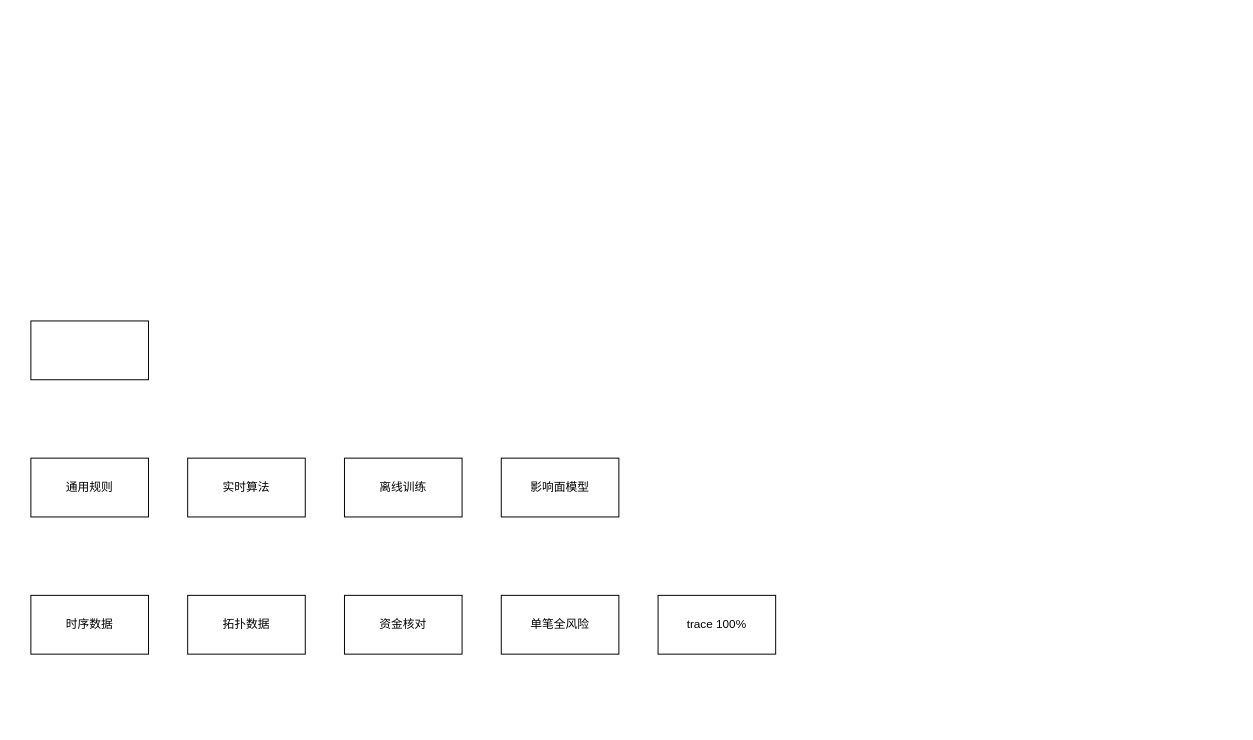
Earlier version of the draw.io diagram 应用画像大图.drawio (frankneu/draw.io). Source tidied: cells renumbered, new cells numbered last; positions are measured from the earlier drawing's top-left corner, leaving out a move shared by most shapes. Both pictures are drawn from the tidied source at 98%, with x=0, y=0 at pixel (30, 320).
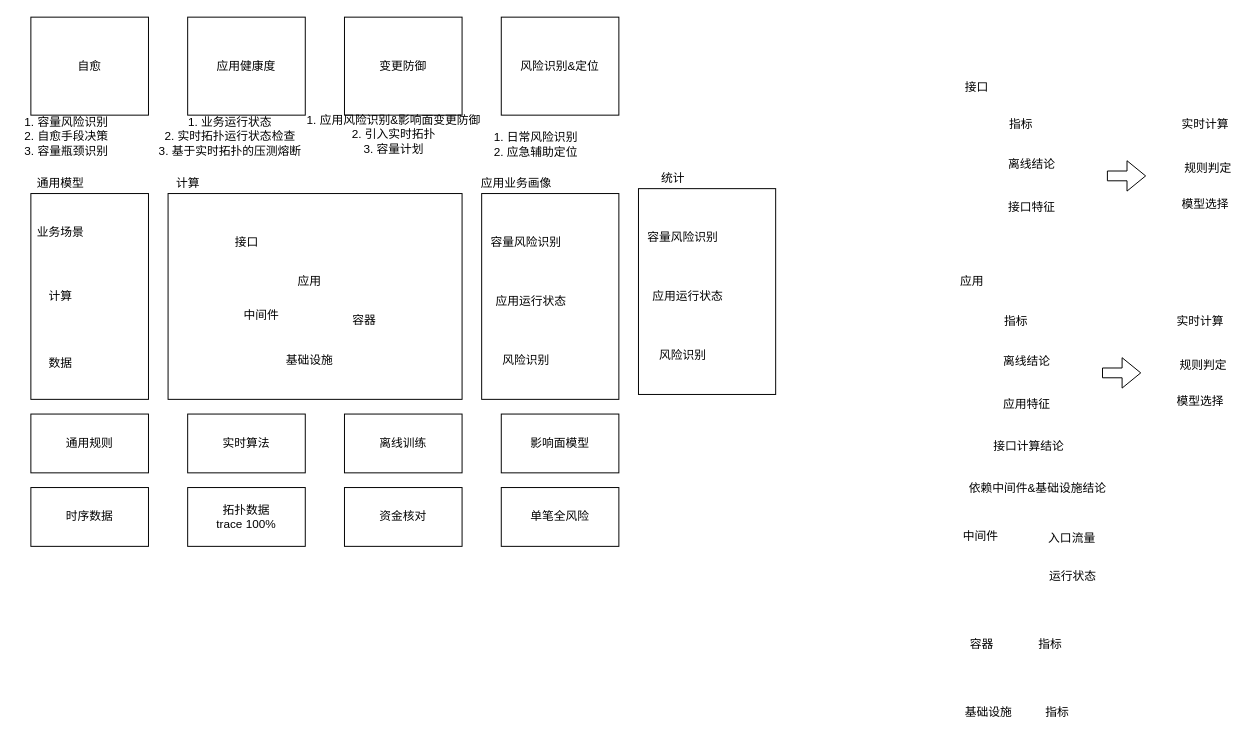
Above is the later version.

Commit message:
Update 应用画像大图.drawio

Change to the diagram source:
```diff
@@
     <mxCell id="2" value="时序数据" style="rounded=0;whiteSpace=wrap;html=1;" parent="1" vertex="1">
-      <mxGeometry y="280" width="120" height="60" as="geometry" />
+      <mxGeometry y="170" width="120" height="60" as="geometry" />
     </mxCell>
-    <mxCell id="3" value="拓扑数据" style="rounded=0;whiteSpace=wrap;html=1;" parent="1" vertex="1">
-      <mxGeometry x="160" y="280" width="120" height="60" as="geometry" />
+    <mxCell id="3" value="拓扑数据&lt;br&gt;trace 100%" style="rounded=0;whiteSpace=wrap;html=1;" parent="1" vertex="1">
+      <mxGeometry x="160" y="170" width="120" height="60" as="geometry" />
     </mxCell>
     <mxCell id="4" value="资金核对" style="rounded=0;whiteSpace=wrap;html=1;" parent="1" vertex="1">
-      <mxGeometry x="320" y="280" width="120" height="60" as="geometry" />
+      <mxGeometry x="320" y="170" width="120" height="60" as="geometry" />
     </mxCell>
     <mxCell id="5" value="单笔全风险" style="rounded=0;whiteSpace=wrap;html=1;" parent="1" vertex="1">
-      <mxGeometry x="480" y="280" width="120" height="60" as="geometry" />
+      <mxGeometry x="480" y="170" width="120" height="60" as="geometry" />
     </mxCell>
     <mxCell id="6" value="通用规则" style="rounded=0;whiteSpace=wrap;html=1;" parent="1" vertex="1">
-      <mxGeometry y="140" width="120" height="60" as="geometry" />
+      <mxGeometry y="95" width="120" height="60" as="geometry" />
     </mxCell>
     <mxCell id="7" value="实时算法" style="rounded=0;whiteSpace=wrap;html=1;" parent="1" vertex="1">
-      <mxGeometry x="160" y="140" width="120" height="60" as="geometry" />
+      <mxGeometry x="160" y="95" width="120" height="60" as="geometry" />
     </mxCell>
     <mxCell id="8" value="离线训练" style="rounded=0;whiteSpace=wrap;html=1;" parent="1" vertex="1">
-      <mxGeometry x="320" y="140" width="120" height="60" as="geometry" />
+      <mxGeometry x="320" y="95" width="120" height="60" as="geometry" />
     </mxCell>
     <mxCell id="9" value="影响面模型" style="rounded=0;whiteSpace=wrap;html=1;" parent="1" vertex="1">
-      <mxGeometry x="480" y="140" width="120" height="60" as="geometry" />
+      <mxGeometry x="480" y="95" width="120" height="60" as="geometry" />
     </mxCell>
-    <mxCell id="10" value="trace 100%" style="rounded=0;whiteSpace=wrap;html=1;" parent="1" vertex="1">
-      <mxGeometry x="640" y="280" width="120" height="60" as="geometry" />
-    </mxCell>
     <mxCell id="11" style="rounded=0;whiteSpace=wrap;html=1;" parent="1" vertex="1">
-      <mxGeometry width="120" height="60" as="geometry" />
+      <mxGeometry y="-130" width="120" height="210" as="geometry" />
     </mxCell>
+    <mxCell id="12" value="通用模型" style="text;html=1;align=center;verticalAlign=middle;" parent="1" vertex="1">
+      <mxGeometry y="-150" width="60" height="20" as="geometry" />
+    </mxCell>
+    <mxCell id="13" value="计算" style="text;html=1;align=center;verticalAlign=middle;" parent="1" vertex="1">
+      <mxGeometry x="140" y="-150" width="40" height="20" as="geometry" />
+    </mxCell>
+    <mxCell id="14" value="应用业务画像" style="text;html=1;align=center;verticalAlign=middle;" parent="1" vertex="1">
+      <mxGeometry x="450" y="-150" width="90" height="20" as="geometry" />
+    </mxCell>
+    <mxCell id="15" style="rounded=0;whiteSpace=wrap;html=1;" parent="1" vertex="1">
+      <mxGeometry x="140" y="-130" width="300" height="210" as="geometry" />
+    </mxCell>
+    <mxCell id="16" style="rounded=0;whiteSpace=wrap;html=1;" parent="1" vertex="1">
+      <mxGeometry x="460" y="-130" width="140" height="210" as="geometry" />
+    </mxCell>
+    <mxCell id="17" value="自愈" style="rounded=0;whiteSpace=wrap;html=1;" parent="1" vertex="1">
+      <mxGeometry y="-310" width="120" height="100" as="geometry" />
+    </mxCell>
+    <mxCell id="18" value="应用健康度" style="rounded=0;whiteSpace=wrap;html=1;" parent="1" vertex="1">
+      <mxGeometry x="160" y="-310" width="120" height="100" as="geometry" />
+    </mxCell>
+    <mxCell id="19" value="变更防御" style="rounded=0;whiteSpace=wrap;html=1;" parent="1" vertex="1">
+      <mxGeometry x="320" y="-310" width="120" height="100" as="geometry" />
+    </mxCell>
+    <mxCell id="20" value="风险识别&amp;amp;定位" style="rounded=0;whiteSpace=wrap;html=1;" parent="1" vertex="1">
+      <mxGeometry x="480" y="-310" width="120" height="100" as="geometry" />
+    </mxCell>
+    <mxCell id="21" value="1. 容量风险识别&lt;br&gt;2. 自愈手段决策&lt;br&gt;3. 容量瓶颈识别" style="text;html=1;align=center;verticalAlign=middle;" parent="1" vertex="1">
+      <mxGeometry x="-14" y="-213" width="100" height="50" as="geometry" />
+    </mxCell>
+    <mxCell id="22" value="1. 日常风险识别&lt;br&gt;2. 应急辅助定位" style="text;html=1;align=center;verticalAlign=middle;" parent="1" vertex="1">
+      <mxGeometry x="465" y="-195" width="100" height="30" as="geometry" />
+    </mxCell>
+    <mxCell id="23" value="1. 业务运行状态&lt;br&gt;2. 实时拓扑运行状态检查&lt;br&gt;3. 基于实时拓扑的压测熔断" style="text;html=1;align=center;verticalAlign=middle;" parent="1" vertex="1">
+      <mxGeometry x="123" y="-213" width="160" height="50" as="geometry" />
+    </mxCell>
+    <mxCell id="24" value="1. 应用风险识别&amp;amp;影响面变更防御&lt;br&gt;2. 引入实时拓扑&lt;br&gt;3. 容量计划" style="text;html=1;align=center;verticalAlign=middle;" parent="1" vertex="1">
+      <mxGeometry x="275" y="-215" width="190" height="50" as="geometry" />
+    </mxCell>
+    <mxCell id="25" value="业务场景" style="text;html=1;align=center;verticalAlign=middle;" parent="1" vertex="1">
+      <mxGeometry y="-100" width="60" height="20" as="geometry" />
+    </mxCell>
+    <mxCell id="26" value="计算" style="text;html=1;align=center;verticalAlign=middle;" parent="1" vertex="1">
+      <mxGeometry x="10" y="-35" width="40" height="20" as="geometry" />
+    </mxCell>
+    <mxCell id="27" value="数据" style="text;html=1;align=center;verticalAlign=middle;" parent="1" vertex="1">
+      <mxGeometry x="10" y="33" width="40" height="20" as="geometry" />
+    </mxCell>
+    <mxCell id="28" value="容量风险识别" style="text;html=1;align=center;verticalAlign=middle;" parent="1" vertex="1">
+      <mxGeometry x="460" y="-90" width="90" height="20" as="geometry" />
+    </mxCell>
+    <mxCell id="29" value="应用运行状态" style="text;html=1;align=center;verticalAlign=middle;" parent="1" vertex="1">
+      <mxGeometry x="465" y="-30" width="90" height="20" as="geometry" />
+    </mxCell>
+    <mxCell id="30" value="风险识别" style="text;html=1;align=center;verticalAlign=middle;" parent="1" vertex="1">
+      <mxGeometry x="475" y="30" width="60" height="20" as="geometry" />
+    </mxCell>
+    <mxCell id="31" value="应用" style="text;html=1;align=center;verticalAlign=middle;" parent="1" vertex="1">
+      <mxGeometry x="264" y="-50" width="40" height="20" as="geometry" />
+    </mxCell>
+    <mxCell id="32" value="中间件" style="text;html=1;align=center;verticalAlign=middle;" parent="1" vertex="1">
+      <mxGeometry x="210" y="-15" width="50" height="20" as="geometry" />
+    </mxCell>
+    <mxCell id="33" value="容器" style="text;html=1;align=center;verticalAlign=middle;" parent="1" vertex="1">
+      <mxGeometry x="320" y="-10" width="40" height="20" as="geometry" />
+    </mxCell>
+    <mxCell id="34" value="接口" style="text;html=1;align=center;verticalAlign=middle;" parent="1" vertex="1">
+      <mxGeometry x="200" y="-90" width="40" height="20" as="geometry" />
+    </mxCell>
+    <mxCell id="35" value="基础设施" style="text;html=1;align=center;verticalAlign=middle;" parent="1" vertex="1">
+      <mxGeometry x="254" y="30" width="60" height="20" as="geometry" />
+    </mxCell>
+    <mxCell id="36" value="统计" style="text;html=1;align=center;verticalAlign=middle;" parent="1" vertex="1">
+      <mxGeometry x="635" y="-155" width="40" height="20" as="geometry" />
+    </mxCell>
+    <mxCell id="37" style="rounded=0;whiteSpace=wrap;html=1;" parent="1" vertex="1">
+      <mxGeometry x="620" y="-135" width="140" height="210" as="geometry" />
+    </mxCell>
+    <mxCell id="38" value="容量风险识别" style="text;html=1;align=center;verticalAlign=middle;" parent="1" vertex="1">
+      <mxGeometry x="620" y="-95" width="90" height="20" as="geometry" />
+    </mxCell>
+    <mxCell id="39" value="应用运行状态" style="text;html=1;align=center;verticalAlign=middle;" parent="1" vertex="1">
+      <mxGeometry x="625" y="-35" width="90" height="20" as="geometry" />
+    </mxCell>
+    <mxCell id="40" value="风险识别" style="text;html=1;align=center;verticalAlign=middle;" parent="1" vertex="1">
+      <mxGeometry x="635" y="25" width="60" height="20" as="geometry" />
+    </mxCell>
+    <mxCell id="41" value="指标" style="text;html=1;align=center;verticalAlign=middle;" parent="1" vertex="1">
+      <mxGeometry x="985" y="-9" width="40" height="20" as="geometry" />
+    </mxCell>
+    <mxCell id="42" value="离线结论" style="text;html=1;align=center;verticalAlign=middle;" parent="1" vertex="1">
+      <mxGeometry x="986" y="31" width="60" height="20" as="geometry" />
+    </mxCell>
+    <mxCell id="43" value="应用特征" style="text;html=1;align=center;verticalAlign=middle;" parent="1" vertex="1">
+      <mxGeometry x="986" y="75" width="60" height="20" as="geometry" />
+    </mxCell>
+    <mxCell id="44" value="实时计算" style="text;html=1;align=center;verticalAlign=middle;" parent="1" vertex="1">
+      <mxGeometry x="1163" y="-9" width="60" height="20" as="geometry" />
+    </mxCell>
+    <mxCell id="45" value="规则判定" style="text;html=1;align=center;verticalAlign=middle;" parent="1" vertex="1">
+      <mxGeometry x="1166" y="36" width="60" height="20" as="geometry" />
+    </mxCell>
+    <mxCell id="46" value="模型选择" style="text;html=1;align=center;verticalAlign=middle;" parent="1" vertex="1">
+      <mxGeometry x="1163" y="72" width="60" height="20" as="geometry" />
+    </mxCell>
+    <mxCell id="47" style="shape=flexArrow;endArrow=classic;html=1;" parent="1" edge="1">
+      <mxGeometry relative="1" as="geometry">
+        <mxPoint x="1093" y="53" as="sourcePoint" />
+        <mxPoint x="1133" y="53" as="targetPoint" />
+      </mxGeometry>
+    </mxCell>
+    <mxCell id="48" value="指标" style="text;html=1;align=center;verticalAlign=middle;" parent="1" vertex="1">
+      <mxGeometry x="990" y="-210" width="40" height="20" as="geometry" />
+    </mxCell>
+    <mxCell id="49" value="离线结论" style="text;html=1;align=center;verticalAlign=middle;" parent="1" vertex="1">
+      <mxGeometry x="991" y="-170" width="60" height="20" as="geometry" />
+    </mxCell>
+    <mxCell id="50" value="接口特征" style="text;html=1;align=center;verticalAlign=middle;" parent="1" vertex="1">
+      <mxGeometry x="991" y="-126" width="60" height="20" as="geometry" />
+    </mxCell>
+    <mxCell id="51" value="实时计算" style="text;html=1;align=center;verticalAlign=middle;" parent="1" vertex="1">
+      <mxGeometry x="1168" y="-210" width="60" height="20" as="geometry" />
+    </mxCell>
+    <mxCell id="52" value="规则判定" style="text;html=1;align=center;verticalAlign=middle;" parent="1" vertex="1">
+      <mxGeometry x="1171" y="-165" width="60" height="20" as="geometry" />
+    </mxCell>
+    <mxCell id="53" value="模型选择" style="text;html=1;align=center;verticalAlign=middle;" parent="1" vertex="1">
+      <mxGeometry x="1168" y="-129" width="60" height="20" as="geometry" />
+    </mxCell>
+    <mxCell id="54" style="shape=flexArrow;endArrow=classic;html=1;" parent="1" edge="1">
+      <mxGeometry relative="1" as="geometry">
+        <mxPoint x="1098" y="-148" as="sourcePoint" />
+        <mxPoint x="1138" y="-148" as="targetPoint" />
+      </mxGeometry>
+    </mxCell>
+    <mxCell id="55" value="接口" style="text;html=1;align=center;verticalAlign=middle;" parent="1" vertex="1">
+      <mxGeometry x="945" y="-248" width="40" height="20" as="geometry" />
+    </mxCell>
+    <mxCell id="56" value="应用" style="text;html=1;align=center;verticalAlign=middle;" parent="1" vertex="1">
+      <mxGeometry x="940" y="-50" width="40" height="20" as="geometry" />
+    </mxCell>
+    <mxCell id="57" value="接口计算结论" style="text;html=1;align=center;verticalAlign=middle;" parent="1" vertex="1">
+      <mxGeometry x="973" y="118" width="90" height="20" as="geometry" />
+    </mxCell>
+    <mxCell id="58" value="依赖中间件&amp;amp;基础设施结论" style="text;html=1;align=center;verticalAlign=middle;" parent="1" vertex="1">
+      <mxGeometry x="947" y="161" width="160" height="20" as="geometry" />
+    </mxCell>
+    <mxCell id="59" value="中间件" style="text;html=1;align=center;verticalAlign=middle;" parent="1" vertex="1">
+      <mxGeometry x="943.5" y="210" width="50" height="20" as="geometry" />
+    </mxCell>
+    <mxCell id="60" value="入口流量" style="text;html=1;align=center;verticalAlign=middle;" parent="1" vertex="1">
+      <mxGeometry x="1031.5" y="212" width="60" height="20" as="geometry" />
+    </mxCell>
+    <mxCell id="61" value="运行状态" style="text;html=1;align=center;verticalAlign=middle;" parent="1" vertex="1">
+      <mxGeometry x="1032.5" y="251" width="60" height="20" as="geometry" />
+    </mxCell>
+    <mxCell id="62" value="基础设施" style="text;html=1;align=center;verticalAlign=middle;" parent="1" vertex="1">
+      <mxGeometry x="947" y="390" width="60" height="20" as="geometry" />
+    </mxCell>
+    <mxCell id="63" value="指标" style="text;html=1;align=center;verticalAlign=middle;" parent="1" vertex="1">
+      <mxGeometry x="1027" y="390" width="40" height="20" as="geometry" />
+    </mxCell>
+    <mxCell id="64" value="容器" style="text;html=1;align=center;verticalAlign=middle;" parent="1" vertex="1">
+      <mxGeometry x="950" y="320" width="40" height="20" as="geometry" />
+    </mxCell>
+    <mxCell id="65" value="指标" style="text;html=1;align=center;verticalAlign=middle;" parent="1" vertex="1">
+      <mxGeometry x="1020" y="320" width="40" height="20" as="geometry" />
+    </mxCell>
```
